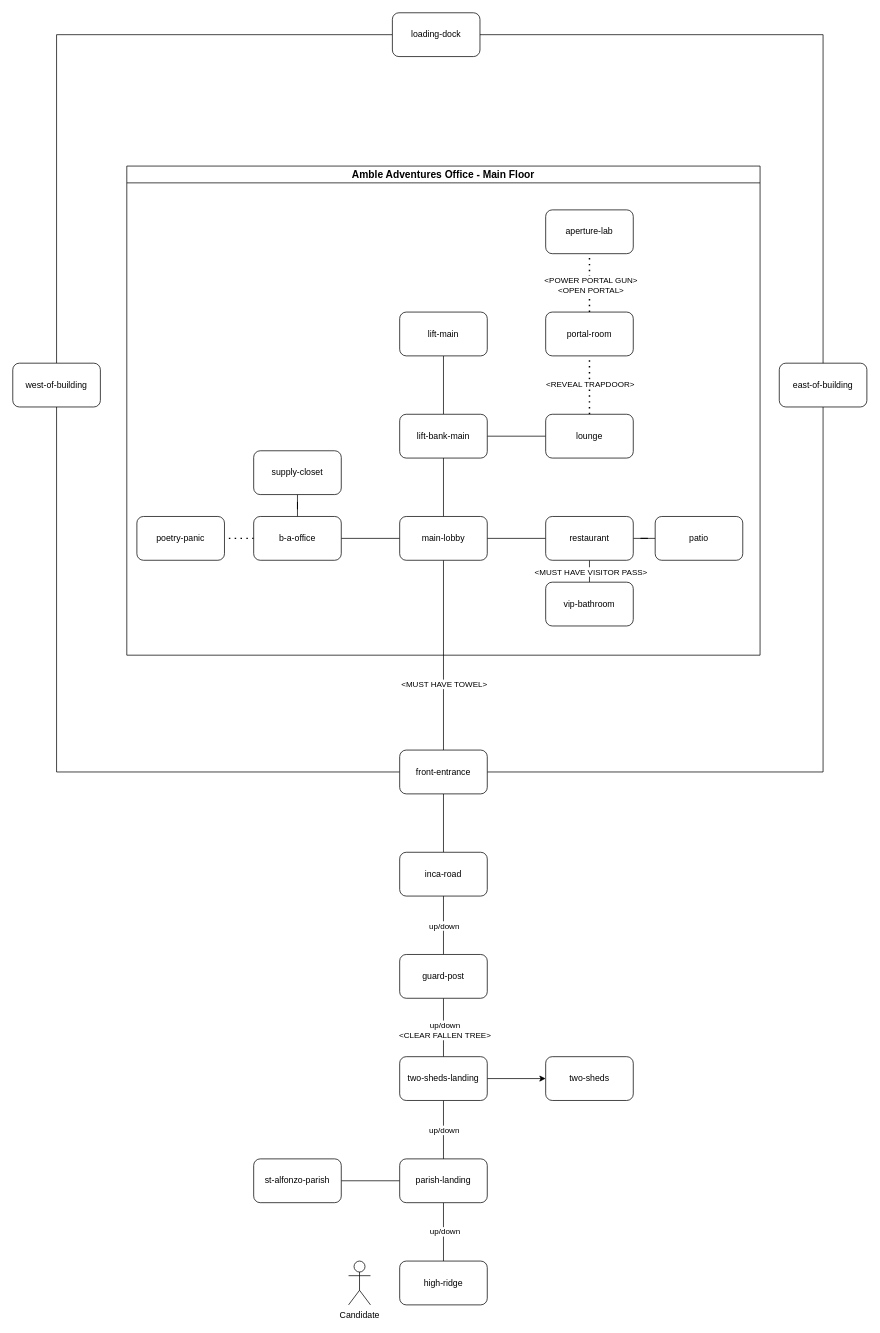
Before: page "Exterior+Main Floor" (1 of 2) of amble_map.drawio in pygmy-twylyte/amble, a draw.io diagram. Source tidied: cells renumbered, new cells numbered last; positions are measured from the earlier drawing's top-left corner, leaving out a move shared by most shapes. Both pictures are drawn from the tidied source at 73%, with x=0, y=0 at pixel (12, 12).
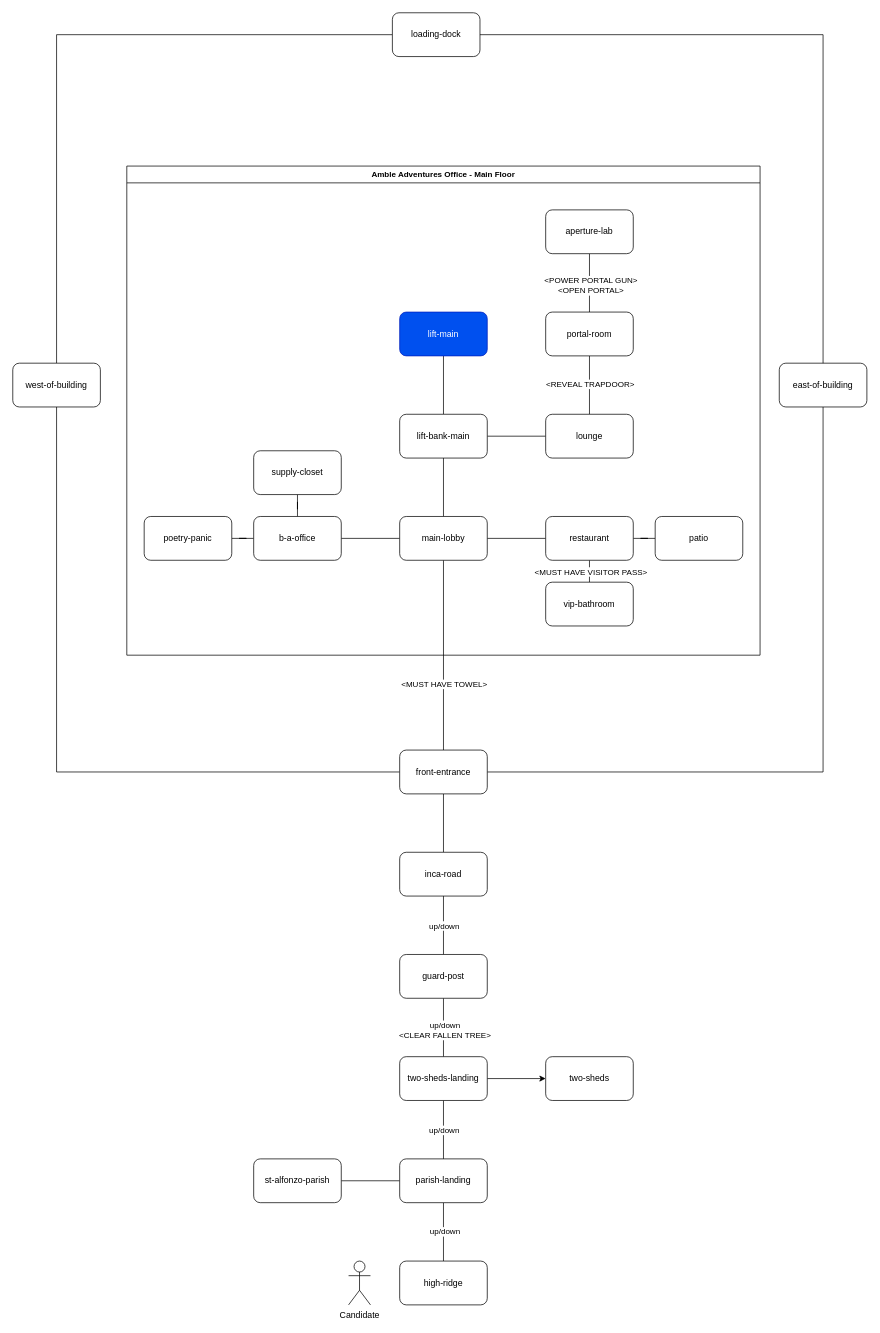
The same diagram, later.

Commit message (it also covers changes not shown here):
Add sublevel 1 map with lift connections

The commit adds the initial rooms and connections for sublevel 1 of the
office, including the elevator/lift that connects to the main floor. The
map now shows key locations like the security station, observation room
and corridor.

The change refers to these unchanged cells:
```xml
<mxCell id="42" value="b-a-office" style="rounded=1;whiteSpace=wrap;html=1;" parent="1" vertex="1">
  <mxGeometry x="330" y="690" width="120" height="60" as="geometry" />
</mxCell>
<mxCell id="46" value="lounge" style="rounded=1;whiteSpace=wrap;html=1;" parent="1" vertex="1">
  <mxGeometry x="730" y="550" width="120" height="60" as="geometry" />
</mxCell>
<mxCell id="49" value="portal-room" style="rounded=1;whiteSpace=wrap;html=1;" parent="1" vertex="1">
  <mxGeometry x="730" y="410" width="120" height="60" as="geometry" />
</mxCell>
<mxCell id="50" value="aperture-lab" style="rounded=1;whiteSpace=wrap;html=1;" parent="1" vertex="1">
  <mxGeometry x="730" y="270" width="120" height="60" as="geometry" />
</mxCell>
```

What changed in the source:
```diff
@@
-    <mxCell id="40" style="edgeStyle=orthogonalEdgeStyle;shape=connector;rounded=0;jettySize=auto;html=1;strokeColor=default;align=center;verticalAlign=middle;fontFamily=Helvetica;fontSize=11;fontColor=default;labelBackgroundColor=default;endArrow=none;dashed=1;dashPattern=1 3;strokeWidth=2;" parent="1" edge="1" source="42" target="57">
+    <mxCell id="40" style="edgeStyle=orthogonalEdgeStyle;shape=connector;rounded=0;jettySize=auto;html=1;strokeColor=default;align=center;verticalAlign=middle;fontFamily=Helvetica;fontSize=11;fontColor=default;labelBackgroundColor=default;endArrow=none;" parent="1" edge="1" source="42" target="57">
       <mxGeometry relative="1" as="geometry" />
     </mxCell>
@@
-    <mxCell id="43" value="lift-main" style="rounded=1;whiteSpace=wrap;html=1;" parent="1" vertex="1">
+    <mxCell id="43" value="lift-main" style="rounded=1;whiteSpace=wrap;html=1;fillColor=#0050ef;fontColor=#ffffff;strokeColor=#001DBC;" parent="1" vertex="1">
       <mxGeometry x="530" y="410" width="120" height="60" as="geometry" />
     </mxCell>
-    <mxCell id="44" style="edgeStyle=orthogonalEdgeStyle;shape=connector;rounded=0;jettySize=auto;html=1;strokeColor=default;align=center;verticalAlign=middle;fontFamily=Helvetica;fontSize=11;fontColor=default;labelBackgroundColor=default;endArrow=none;dashed=1;dashPattern=1 3;strokeWidth=2;" parent="1" edge="1" source="46" target="49">
+    <mxCell id="44" style="edgeStyle=orthogonalEdgeStyle;shape=connector;rounded=0;jettySize=auto;html=1;strokeColor=default;align=center;verticalAlign=middle;fontFamily=Helvetica;fontSize=11;fontColor=default;labelBackgroundColor=default;endArrow=none;" parent="1" edge="1" source="46" target="49">
       <mxGeometry relative="1" as="geometry" />
     </mxCell>
@@
-    <mxCell id="47" style="edgeStyle=orthogonalEdgeStyle;shape=connector;rounded=0;jettySize=auto;html=1;strokeColor=default;align=center;verticalAlign=middle;fontFamily=Helvetica;fontSize=11;fontColor=default;labelBackgroundColor=default;endArrow=none;dashed=1;dashPattern=1 3;strokeWidth=2;" parent="1" edge="1" source="49" target="50">
+    <mxCell id="47" style="edgeStyle=orthogonalEdgeStyle;shape=connector;rounded=0;jettySize=auto;html=1;strokeColor=default;align=center;verticalAlign=middle;fontFamily=Helvetica;fontSize=11;fontColor=default;labelBackgroundColor=default;endArrow=none;" parent="1" edge="1" source="49" target="50">
       <mxGeometry relative="1" as="geometry" />
     </mxCell>
@@
+    <mxCell id="57" value="poetry-panic" style="rounded=1;whiteSpace=wrap;html=1;" parent="1" vertex="1">
+      <mxGeometry x="180" y="690" width="120" height="60" as="geometry" />
+    </mxCell>
@@
-    <mxCell id="56" value="Amble Adventures Office - Main Floor" style="swimlane;whiteSpace=wrap;html=1;fontFamily=Helvetica;fontSize=14;fontColor=default;labelBackgroundColor=default;" parent="1" vertex="1">
+    <mxCell id="56" value="Amble Adventures Office - Main Floor" style="swimlane;whiteSpace=wrap;html=1;fontFamily=Helvetica;fontSize=11;fontColor=default;labelBackgroundColor=default;" parent="1" vertex="1">
       <mxGeometry x="156.2" y="210" width="867.5" height="670" as="geometry" />
     </mxCell>
-    <mxCell id="57" value="poetry-panic" style="rounded=1;whiteSpace=wrap;html=1;" parent="56" vertex="1">
-      <mxGeometry x="13.8" y="480" width="120" height="60" as="geometry" />
-    </mxCell>
```
